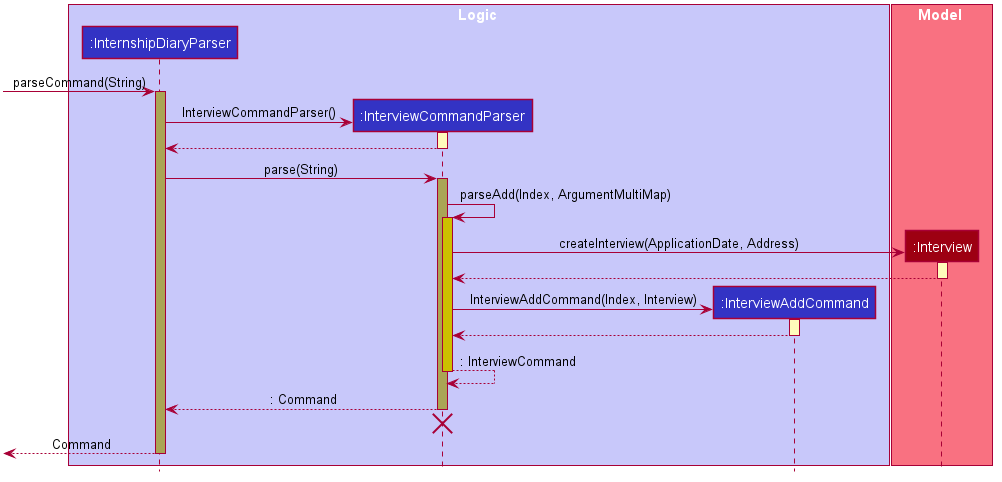
Earlier version of the PlantUML export docs/images/InterviewAddCommandSequenceDiagram.png (wxwxwxwx9/main). Source of this version:
```plantuml
@startuml









skinparam BackgroundColor #FFFFFFF

skinparam Shadowing false

skinparam Class {
    FontColor #FFFFFF
    BorderThickness 1
    BorderColor #FFFFFF
    StereotypeFontColor #FFFFFF
    FontName Arial
}

skinparam Actor {
    BorderColor #000000
    Color #000000
    FontName Arial
}

skinparam Sequence {
    MessageAlign center
    BoxFontSize 15
    BoxPadding 0
    BoxFontColor #FFFFFF
    FontName Arial
}

skinparam Participant {
    FontColor #FFFFFFF
    Padding 20
}

skinparam MinClassWidth 50
skinparam ParticipantPadding 10
skinparam Shadowing false
skinparam DefaultTextAlignment center
skinparam packageStyle Rectangle

hide footbox
hide members
hide circle

hide footbox

box Logic #C8C8FA
participant ":InternshipDiaryParser" as InternshipDiaryParser #3333C4
participant ":InterviewCommandParser" as InterviewCommandParser #3333C4
participant ":InterviewAddCommand" as InterviewAddCommand #3333C4
end box

box Model #F97181
participant ":Interview" as Interview #9D0012
end box

[-> InternshipDiaryParser : parseCommand(String)
activate InternshipDiaryParser #AAA555

create InterviewCommandParser
InternshipDiaryParser -> InterviewCommandParser : InterviewCommandParser()
activate InterviewCommandParser #FFFBBB
return

InternshipDiaryParser -> InterviewCommandParser : parse(String)
activate InterviewCommandParser #AAA555

InterviewCommandParser -> InterviewCommandParser : parseAdd(Index, ArgumentMultiMap)
activate InterviewCommandParser #CCC000

create Interview
InterviewCommandParser -> Interview : createInterview(ApplicationDate, Address)
activate Interview #FFFBBB
return

create InterviewAddCommand
InterviewCommandParser -> InterviewAddCommand : InterviewAddCommand(Index, Interview)
activate InterviewAddCommand #FFFBBB
return

return : InterviewCommand

return : Command
InterviewCommandParser -[hidden]-> InternshipDiaryParser
destroy InterviewCommandParser

[<-- InternshipDiaryParser : Command
Deactivate InternshipDiaryParser

@enduml
```
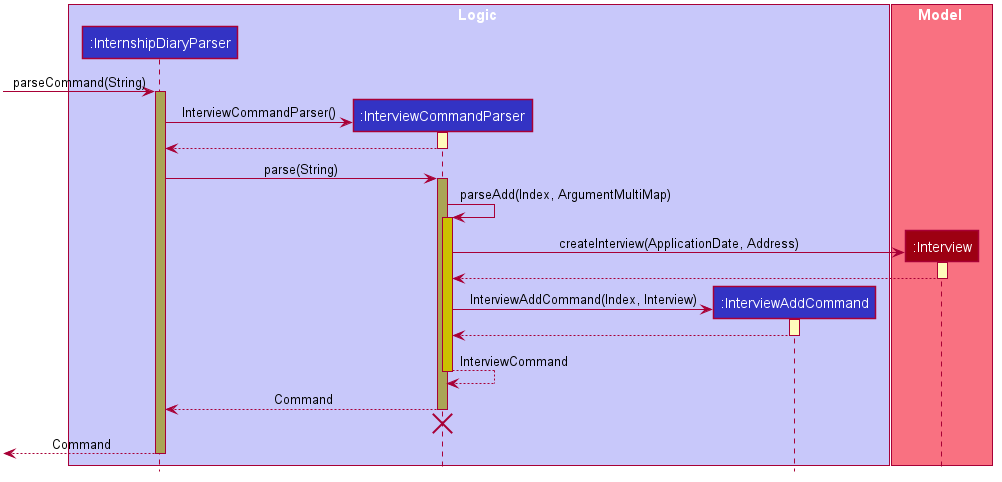
After the change.

Commit message:
small fix to interview sequence diagrams

Diff of the diagram source:
```diff
@@ -85,9 +85,9 @@
 activate InterviewAddCommand #FFFBBB
 return
 
-return : InterviewCommand
+return InterviewCommand
 
-return : Command
+return Command
 InterviewCommandParser -[hidden]-> InternshipDiaryParser
 destroy InterviewCommandParser
 
```
